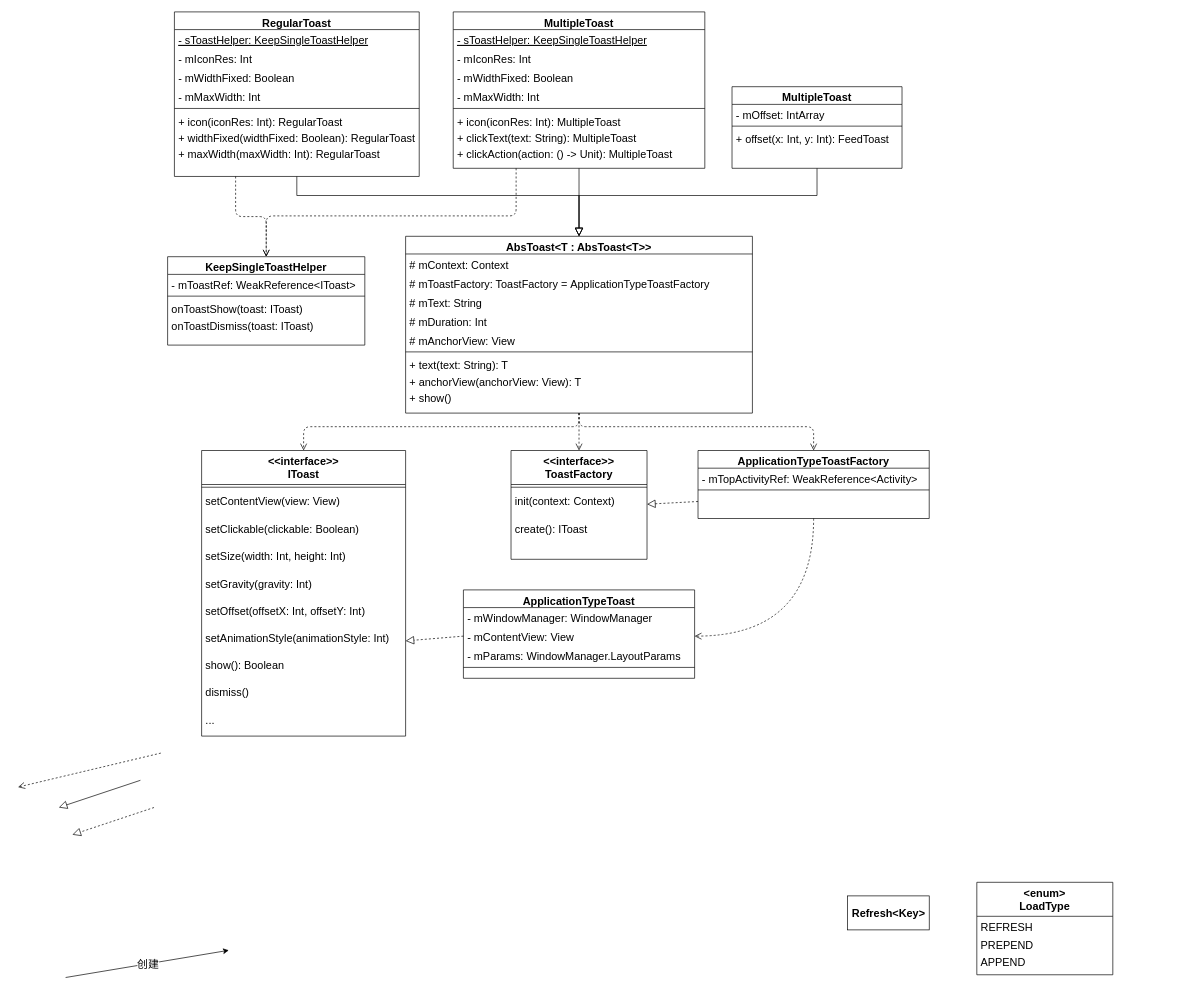
Earlier version of the draw.io diagram toastdemo/Toast.drawio (EricHyh/KtDemoCollection). Source tidied: cells renumbered, new cells numbered last; positions are measured from the earlier drawing's top-left corner, leaving out a move shared by most shapes. Both pictures are drawn from the tidied source at 68%, with x=0, y=0 at pixel (18, 12).
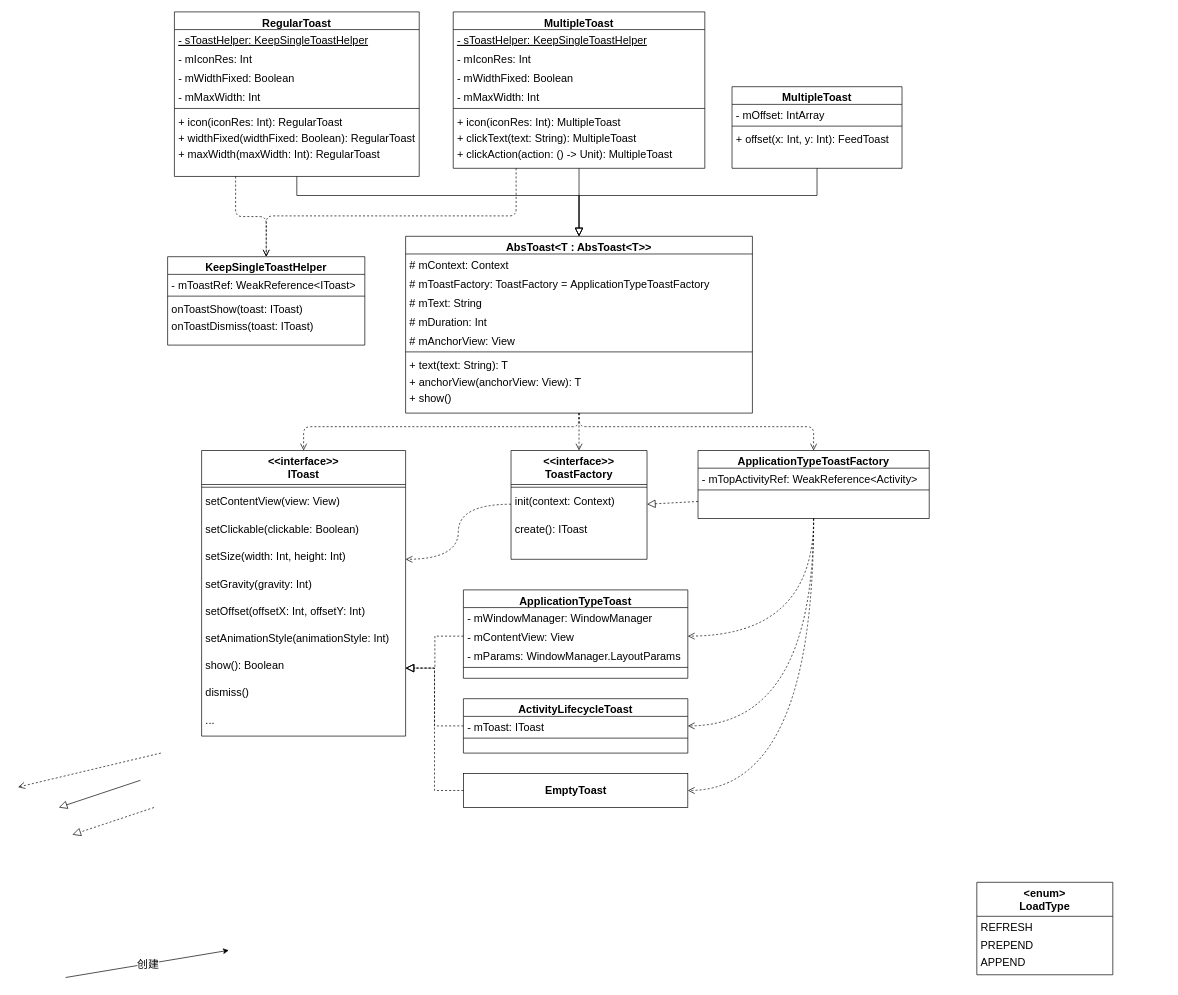
After the change.

The change refers to these unchanged cells:
```xml
<mxCell id="6" value="setSize(width: Int, height: Int)" style="text;align=left;verticalAlign=top;spacingLeft=4;spacingRight=4;overflow=hidden;points=[[0,0.5],[1,0.5]];portConstraint=eastwest;fontSize=16;" parent="2" vertex="1">
  <mxGeometry y="140" width="300" height="40" as="geometry" />
</mxCell>
<mxCell id="9" value="setAnimationStyle(animationStyle: Int)" style="text;align=left;verticalAlign=top;spacingLeft=4;spacingRight=4;overflow=hidden;points=[[0,0.5],[1,0.5]];portConstraint=eastwest;fontSize=16;" parent="2" vertex="1">
  <mxGeometry y="260" width="300" height="40" as="geometry" />
</mxCell>
<mxCell id="10" value="show(): Boolean" style="text;align=left;verticalAlign=top;spacingLeft=4;spacingRight=4;overflow=hidden;points=[[0,0.5],[1,0.5]];portConstraint=eastwest;fontSize=16;" parent="2" vertex="1">
  <mxGeometry y="300" width="300" height="40" as="geometry" />
</mxCell>
<mxCell id="15" value="init(context: Context)" style="text;align=left;verticalAlign=top;spacingLeft=4;spacingRight=4;overflow=hidden;points=[[0,0.5],[1,0.5]];portConstraint=eastwest;fontSize=16;" parent="13" vertex="1">
  <mxGeometry y="58" width="200" height="42" as="geometry" />
</mxCell>
<mxCell id="17" value="ApplicationTypeToastFactory" style="swimlane;fontStyle=1;align=center;verticalAlign=top;horizontal=1;startSize=26;rounded=0;shadow=0;strokeWidth=1;fontSize=16;" parent="1" vertex="1">
  <mxGeometry x="1000" y="645" width="340" height="100" as="geometry" />
</mxCell>
```

The edit, as a diff of the source:
```diff
@@
     <mxCell id="20" value="ApplicationTypeToast" style="swimlane;fontStyle=1;align=center;verticalAlign=top;horizontal=1;startSize=26;rounded=0;shadow=0;strokeWidth=1;fontSize=16;" parent="1" vertex="1">
-      <mxGeometry x="655" y="850" width="340" height="130" as="geometry" />
+      <mxGeometry x="655" y="850" width="330" height="130" as="geometry" />
     </mxCell>
     <mxCell id="21" value="- mWindowManager: WindowManager" style="text;align=left;verticalAlign=top;spacingLeft=4;spacingRight=4;overflow=hidden;rounded=0;shadow=0;html=0;fontSize=16;" parent="20" vertex="1">
-      <mxGeometry y="26" width="340" height="28" as="geometry" />
+      <mxGeometry y="26" width="330" height="28" as="geometry" />
     </mxCell>
     <mxCell id="22" value="- mContentView: View" style="text;align=left;verticalAlign=top;spacingLeft=4;spacingRight=4;overflow=hidden;points=[[0,0.5],[1,0.5]];portConstraint=eastwest;rounded=0;shadow=0;html=0;fontSize=16;" parent="20" vertex="1">
-      <mxGeometry y="54" width="340" height="28" as="geometry" />
+      <mxGeometry y="54" width="330" height="28" as="geometry" />
     </mxCell>
     <mxCell id="23" value="- mParams: WindowManager.LayoutParams" style="text;align=left;verticalAlign=top;spacingLeft=4;spacingRight=4;overflow=hidden;rounded=0;shadow=0;html=0;fontSize=16;" parent="20" vertex="1">
-      <mxGeometry y="82" width="340" height="28" as="geometry" />
+      <mxGeometry y="82" width="330" height="28" as="geometry" />
     </mxCell>
     <mxCell id="24" style="line;html=1;strokeWidth=1;align=left;verticalAlign=middle;spacingTop=-1;spacingLeft=3;spacingRight=3;labelPosition=right;fontSize=16;" parent="20" vertex="1">
-      <mxGeometry y="110" width="340" height="8" as="geometry" />
+      <mxGeometry y="110" width="330" height="8" as="geometry" />
     </mxCell>
@@
-    <mxCell id="77" value="&lt;b style=&quot;font-size: 16px;&quot;&gt;&lt;font style=&quot;font-size: 16px;&quot;&gt;Refresh&amp;lt;Key&amp;gt;&lt;/font&gt;&lt;/b&gt;" style="html=1;fontSize=16;" parent="1" vertex="1">
-      <mxGeometry x="1220" y="1300" width="120" height="50" as="geometry" />
+    <mxCell id="77" value="&lt;b style=&quot;font-size: 16px&quot;&gt;&lt;font style=&quot;font-size: 16px&quot;&gt;EmptyToast&lt;br&gt;&lt;/font&gt;&lt;/b&gt;" style="html=1;fontSize=16;" parent="1" vertex="1">
+      <mxGeometry x="655" y="1120" width="330" height="50" as="geometry" />
     </mxCell>
@@
-    <mxCell id="85" style="endArrow=block;endSize=10;endFill=0;shadow=0;strokeWidth=1;rounded=0;elbow=vertical;fontSize=16;dashed=1;exitX=0;exitY=0.5;exitDx=0;exitDy=0;entryX=1;entryY=0.5;entryDx=0;entryDy=0;" parent="1" edge="1" source="22" target="9">
+    <mxCell id="85" style="endArrow=block;endSize=10;endFill=0;shadow=0;strokeWidth=1;rounded=0;fontSize=16;dashed=1;exitX=0;exitY=0.5;exitDx=0;exitDy=0;entryX=1;entryY=0.5;entryDx=0;entryDy=0;edgeStyle=elbowEdgeStyle;" parent="1" edge="1" source="22" target="10">
       <mxGeometry relative="1" as="geometry" />
     </mxCell>
@@
+    <mxCell id="90" value="ActivityLifecycleToast" style="swimlane;fontStyle=1;align=center;verticalAlign=top;horizontal=1;startSize=26;rounded=0;shadow=0;strokeWidth=1;fontSize=16;" parent="1" vertex="1">
+      <mxGeometry x="655" y="1010" width="330" height="80" as="geometry" />
+    </mxCell>
+    <mxCell id="91" value="- mToast: IToast" style="text;align=left;verticalAlign=top;spacingLeft=4;spacingRight=4;overflow=hidden;points=[[0,0.5],[1,0.5]];portConstraint=eastwest;rounded=0;shadow=0;html=0;fontSize=16;" parent="90" vertex="1">
+      <mxGeometry y="26" width="330" height="28" as="geometry" />
+    </mxCell>
+    <mxCell id="92" style="line;html=1;strokeWidth=1;align=left;verticalAlign=middle;spacingTop=-1;spacingLeft=3;spacingRight=3;labelPosition=right;fontSize=16;" parent="90" vertex="1">
+      <mxGeometry y="54" width="330" height="8" as="geometry" />
+    </mxCell>
+    <mxCell id="93" style="edgeStyle=orthogonalEdgeStyle;rounded=0;orthogonalLoop=1;jettySize=auto;html=1;exitX=1;exitY=0.5;exitDx=0;exitDy=0;fontSize=16;" parent="90" edge="1">
+      <mxGeometry relative="1" as="geometry">
+        <mxPoint x="630" y="340" as="sourcePoint" />
+        <mxPoint x="630" y="340" as="targetPoint" />
+      </mxGeometry>
+    </mxCell>
+    <mxCell id="94" style="html=1;verticalAlign=bottom;endArrow=open;dashed=1;endSize=8;fontSize=16;exitX=0.5;exitY=1;exitDx=0;exitDy=0;entryX=1;entryY=0.5;entryDx=0;entryDy=0;edgeStyle=orthogonalEdgeStyle;curved=1;" parent="1" edge="1" source="17" target="91">
+      <mxGeometry y="-60" relative="1" as="geometry" />
+    </mxCell>
+    <mxCell id="95" style="html=1;verticalAlign=bottom;endArrow=open;dashed=1;endSize=8;fontSize=16;exitX=0.5;exitY=1;exitDx=0;exitDy=0;entryX=1;entryY=0.5;entryDx=0;entryDy=0;edgeStyle=orthogonalEdgeStyle;curved=1;" parent="1" edge="1" source="17" target="77">
+      <mxGeometry y="-60" relative="1" as="geometry" />
+    </mxCell>
+    <mxCell id="96" style="endArrow=block;endSize=10;endFill=0;shadow=0;strokeWidth=1;rounded=0;elbow=vertical;fontSize=16;dashed=1;exitX=0;exitY=0.5;exitDx=0;exitDy=0;entryX=1;entryY=0.5;entryDx=0;entryDy=0;edgeStyle=orthogonalEdgeStyle;" parent="1" edge="1" source="91" target="10">
+      <mxGeometry relative="1" as="geometry" />
+    </mxCell>
+    <mxCell id="97" style="endArrow=block;endSize=10;endFill=0;shadow=0;strokeWidth=1;rounded=0;elbow=vertical;fontSize=16;dashed=1;exitX=0;exitY=0.5;exitDx=0;exitDy=0;entryX=1;entryY=0.5;entryDx=0;entryDy=0;edgeStyle=orthogonalEdgeStyle;" parent="1" edge="1" source="77" target="10">
+      <mxGeometry relative="1" as="geometry" />
+    </mxCell>
+    <mxCell id="98" style="html=1;verticalAlign=bottom;endArrow=open;dashed=1;endSize=8;fontSize=16;exitX=0;exitY=0.5;exitDx=0;exitDy=0;entryX=1;entryY=0.5;entryDx=0;entryDy=0;edgeStyle=orthogonalEdgeStyle;curved=1;" parent="1" edge="1" source="15" target="6">
+      <mxGeometry y="-60" relative="1" as="geometry" />
+    </mxCell>
```
